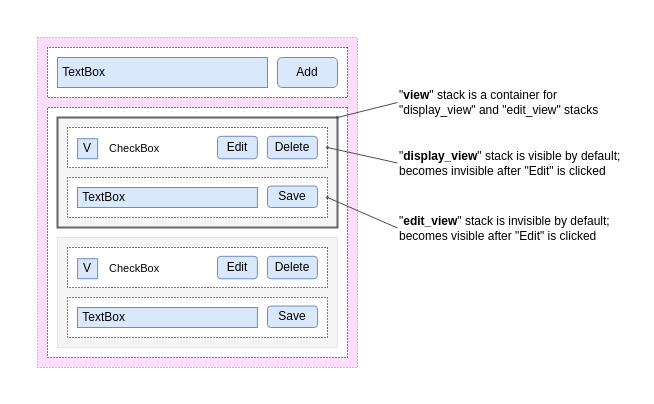
This is page "Step 2" (2 of 2) of drawings/ToDo tutorial/ToDo tutorial.drawio from flet-dev/website, a draw.io file, before an edit. Source tidied: cells renumbered, new cells numbered last; positions are measured from the earlier drawing's top-left corner, leaving out a move shared by most shapes. Both pictures are drawn from the tidied source at 100%, with x=0, y=0 at pixel (17, 17).
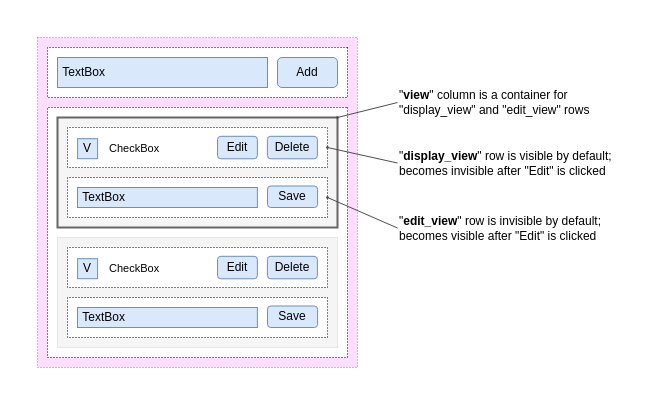
After the change.

Diff of the diagram source:
```diff
@@
-    <mxCell id="11" value="&quot;&lt;b style=&quot;font-size: 12px;&quot;&gt;edit_view&lt;/b&gt;&quot; stack&lt;b style=&quot;font-size: 12px;&quot;&gt; &lt;/b&gt;is invisible by default; becomes visible after &quot;Edit&quot; is clicked" style="text;html=1;strokeColor=none;fillColor=none;align=left;verticalAlign=middle;whiteSpace=wrap;rounded=0;dashed=1;dashPattern=1 2;sketch=0;fontSize=12;" parent="1" vertex="1">
+    <mxCell id="11" value="&quot;&lt;b style=&quot;font-size: 12px;&quot;&gt;edit_view&lt;/b&gt;&quot; row&lt;b style=&quot;font-size: 12px;&quot;&gt;&amp;nbsp;&lt;/b&gt;is invisible by default; becomes visible after &quot;Edit&quot; is clicked" style="text;html=1;strokeColor=none;fillColor=none;align=left;verticalAlign=middle;whiteSpace=wrap;rounded=0;dashed=1;dashPattern=1 2;sketch=0;fontSize=12;" parent="1" vertex="1">
       <mxGeometry x="380" y="191" width="220" height="39" as="geometry" />
     </mxCell>
@@
-    <mxCell id="14" value="&quot;&lt;b style=&quot;font-size: 12px;&quot;&gt;display_view&lt;/b&gt;&quot; stack is visible by default; becomes invisible after &quot;Edit&quot; is clicked" style="text;html=1;strokeColor=none;fillColor=none;align=left;verticalAlign=middle;whiteSpace=wrap;rounded=0;dashed=1;dashPattern=1 2;sketch=0;fontSize=12;" parent="1" vertex="1">
+    <mxCell id="14" value="&quot;&lt;b style=&quot;font-size: 12px;&quot;&gt;display_view&lt;/b&gt;&quot; row is visible by default; becomes invisible after &quot;Edit&quot; is clicked" style="text;html=1;strokeColor=none;fillColor=none;align=left;verticalAlign=middle;whiteSpace=wrap;rounded=0;dashed=1;dashPattern=1 2;sketch=0;fontSize=12;" parent="1" vertex="1">
       <mxGeometry x="380" y="131" width="230" height="29" as="geometry" />
     </mxCell>
@@
-    <mxCell id="16" value="&quot;&lt;b style=&quot;font-size: 12px;&quot;&gt;view&lt;/b&gt;&quot; stack is a container for &quot;display_view&quot; and &quot;edit_view&quot; stacks" style="text;html=1;strokeColor=none;fillColor=none;align=left;verticalAlign=middle;whiteSpace=wrap;rounded=0;dashed=1;dashPattern=1 2;sketch=0;fontSize=12;" parent="1" vertex="1">
+    <mxCell id="16" value="&quot;&lt;b style=&quot;font-size: 12px;&quot;&gt;view&lt;/b&gt;&quot; column is a container for &quot;display_view&quot; and &quot;edit_view&quot; rows" style="text;html=1;strokeColor=none;fillColor=none;align=left;verticalAlign=middle;whiteSpace=wrap;rounded=0;dashed=1;dashPattern=1 2;sketch=0;fontSize=12;" parent="1" vertex="1">
       <mxGeometry x="380" y="70" width="210" height="30" as="geometry" />
     </mxCell>
```
